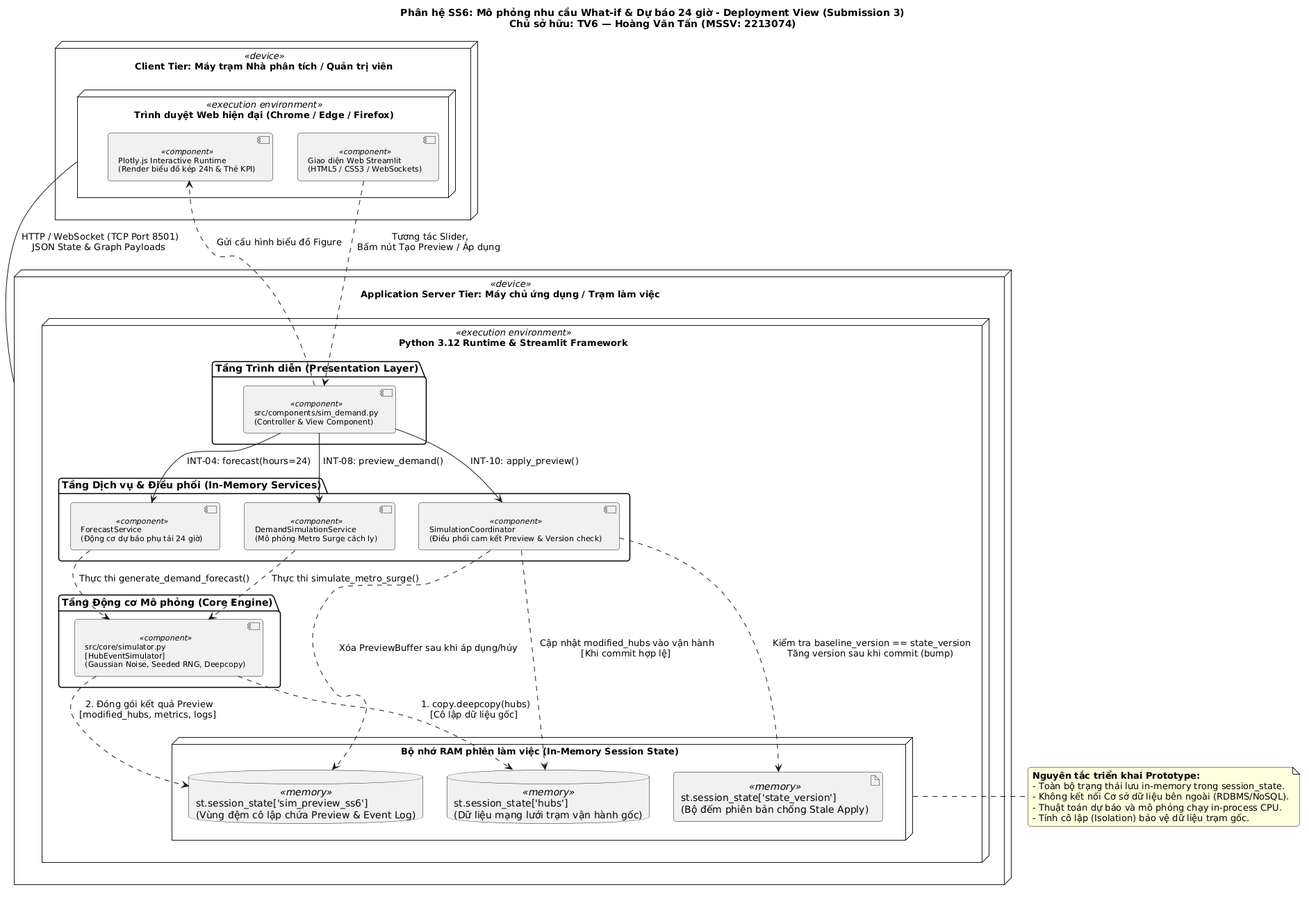
Above: docs/diagrams/submission_3/SS6/deployment_view.png in Dat-nguyen195/BTL_CNPM (PlantUML), before the change.
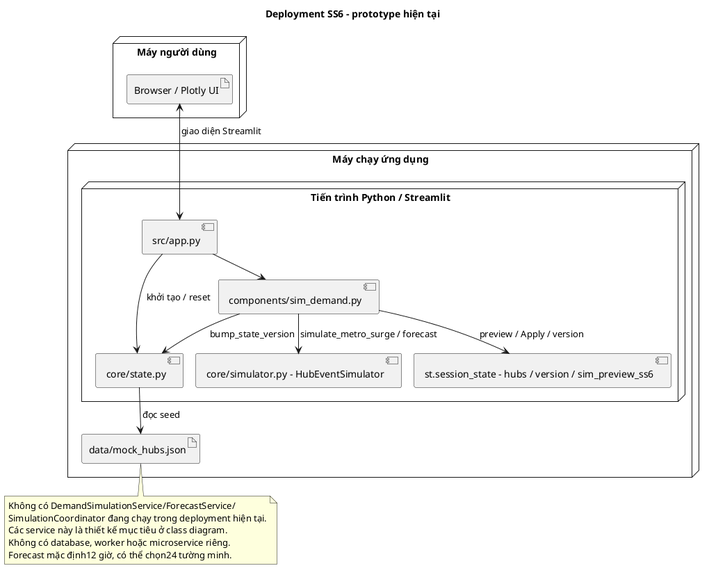
The same file after the commit.

What changed in the source:
```diff
@@ -1,70 +1,33 @@
-@startuml deployment_view_ss6
+@startuml
 skinparam backgroundColor white
 skinparam shadowing false
-skinparam defaultFontName "Segoe UI", Arial, SansSerif
-skinparam roundCorner 8
-skinparam nodeFontSize 13
-skinparam componentFontSize 11
-
-title "Phân hệ SS6: Mô phỏng nhu cầu What-if & Dự báo 24 giờ - Deployment View (Submission 3)\nChủ sở hữu: TV6 — Hoàng Văn Tấn (MSSV: 2213074)"
-
-node "Client Tier: Máy trạm Nhà phân tích / Quản trị viên" as ClientNode <<device>> {
-    node "Trình duyệt Web hiện đại (Chrome / Edge / Firefox)" as Browser <<execution environment>> {
-        component "Giao diện Web Streamlit\n(HTML5 / CSS3 / WebSockets)" as WebUI <<component>>
-        component "Plotly.js Interactive Runtime\n(Render biểu đồ kép 24h & Thẻ KPI)" as PlotlyRuntime <<component>>
-    }
+skinparam defaultFontName SansSerif
+title Deployment SS6 - prototype hiện tại
+node "Máy người dùng" {
+ artifact "Browser / Plotly UI" as Browser
 }
-
-node "Application Server Tier: Máy chủ ứng dụng / Trạm làm việc" as AppServer <<device>> {
-    node "Python 3.12 Runtime & Streamlit Framework" as PythonEnv <<execution environment>> {
-
-        package "Tầng Trình diễn (Presentation Layer)" {
-            component "src/components/sim_demand.py\n(Controller & View Component)" as SimDemandComp <<component>>
-        }
-
-        package "Tầng Dịch vụ & Điều phối (In-Memory Services)" {
-            component "DemandSimulationService\n(Mô phỏng Metro Surge cách ly)" as DemandServiceComp <<component>>
-            component "ForecastService\n(Động cơ dự báo phụ tải 24 giờ)" as ForecastServiceComp <<component>>
-            component "SimulationCoordinator\n(Điều phối cam kết Preview & Version check)" as CoordComp <<component>>
-        }
-
-        package "Tầng Động cơ Mô phỏng (Core Engine)" {
-            component "src/core/simulator.py\n[HubEventSimulator]\n(Gaussian Noise, Seeded RNG, Deepcopy)" as SimEngineComp <<component>>
-        }
-
-        node "Bộ nhớ RAM phiên làm việc (In-Memory Session State)" as RAMNode {
-            database "st.session_state['hubs']\n(Dữ liệu mạng lưới trạm vận hành gốc)" as HubsState <<memory>>
-            artifact "st.session_state['state_version']\n(Bộ đếm phiên bản chống Stale Apply)" as VersionState <<memory>>
-            database "st.session_state['sim_preview_ss6']\n(Vùng đệm cô lập chứa Preview & Event Log)" as PreviewBuffer <<memory>>
-        }
-    }
+node "Máy chạy ứng dụng" {
+ node "Tiến trình Python / Streamlit" {
+  component "src/app.py" as App
+  component "components/sim_demand.py" as UI
+  component "core/simulator.py - HubEventSimulator" as Engine
+  component "core/state.py" as State
+  component "st.session_state - hubs / version / sim_preview_ss6" as Session
+ }
+ artifact "data/mock_hubs.json" as Seed
 }
-
-Browser -- AppServer : " HTTP / WebSocket (TCP Port 8501)\n JSON State & Graph Payloads "
-
-WebUI ..> SimDemandComp : " Tương tác Slider,\n Bấm nút Tạo Preview / Áp dụng "
-SimDemandComp ..> PlotlyRuntime : " Gửi cấu hình biểu đồ Figure "
-
-SimDemandComp --> DemandServiceComp : " INT-08: preview_demand() "
-SimDemandComp --> ForecastServiceComp : " INT-04: forecast(hours=24) "
-SimDemandComp --> CoordComp : " INT-10: apply_preview() "
-
-DemandServiceComp ..> SimEngineComp : " Thực thi simulate_metro_surge() "
-ForecastServiceComp ..> SimEngineComp : " Thực thi generate_demand_forecast() "
-
-SimEngineComp ..> HubsState : " 1. copy.deepcopy(hubs)\n [Cô lập dữ liệu gốc] "
-SimEngineComp ..> PreviewBuffer : " 2. Đóng gói kết quả Preview\n [modified_hubs, metrics, logs] "
-
-CoordComp ..> VersionState : " Kiểm tra baseline_version == state_version\n Tăng version sau khi commit (bump) "
-CoordComp ..> HubsState : " Cập nhật modified_hubs vào vận hành\n [Khi commit hợp lệ] "
-CoordComp ..> PreviewBuffer : " Xóa PreviewBuffer sau khi áp dụng/hủy "
-
-note right of RAMNode
-  <b>Nguyên tắc triển khai Prototype:</b>
-  - Toàn bộ trạng thái lưu in-memory trong session_state.
-  - Không kết nối Cơ sở dữ liệu bên ngoài (RDBMS/NoSQL).
-  - Thuật toán dự báo và mô phỏng chạy in-process CPU.
-  - Tính cô lập (Isolation) bảo vệ dữ liệu trạm gốc.
+Browser <--> App : giao diện Streamlit
+App --> UI
+App --> State : khởi tạo / reset
+State --> Seed : đọc seed
+UI --> Engine : simulate_metro_surge / forecast
+UI --> Session : preview / Apply / version
+UI --> State : bump_state_version
+note bottom
+ Không có DemandSimulationService/ForecastService/
+ SimulationCoordinator đang chạy trong deployment hiện tại.
+ Các service này là thiết kế mục tiêu ở class diagram.
+ Không có database, worker hoặc microservice riêng.
+ Forecast mặc định12 giờ, có thể chọn24 tường minh.
 end note
-
 @enduml
```
